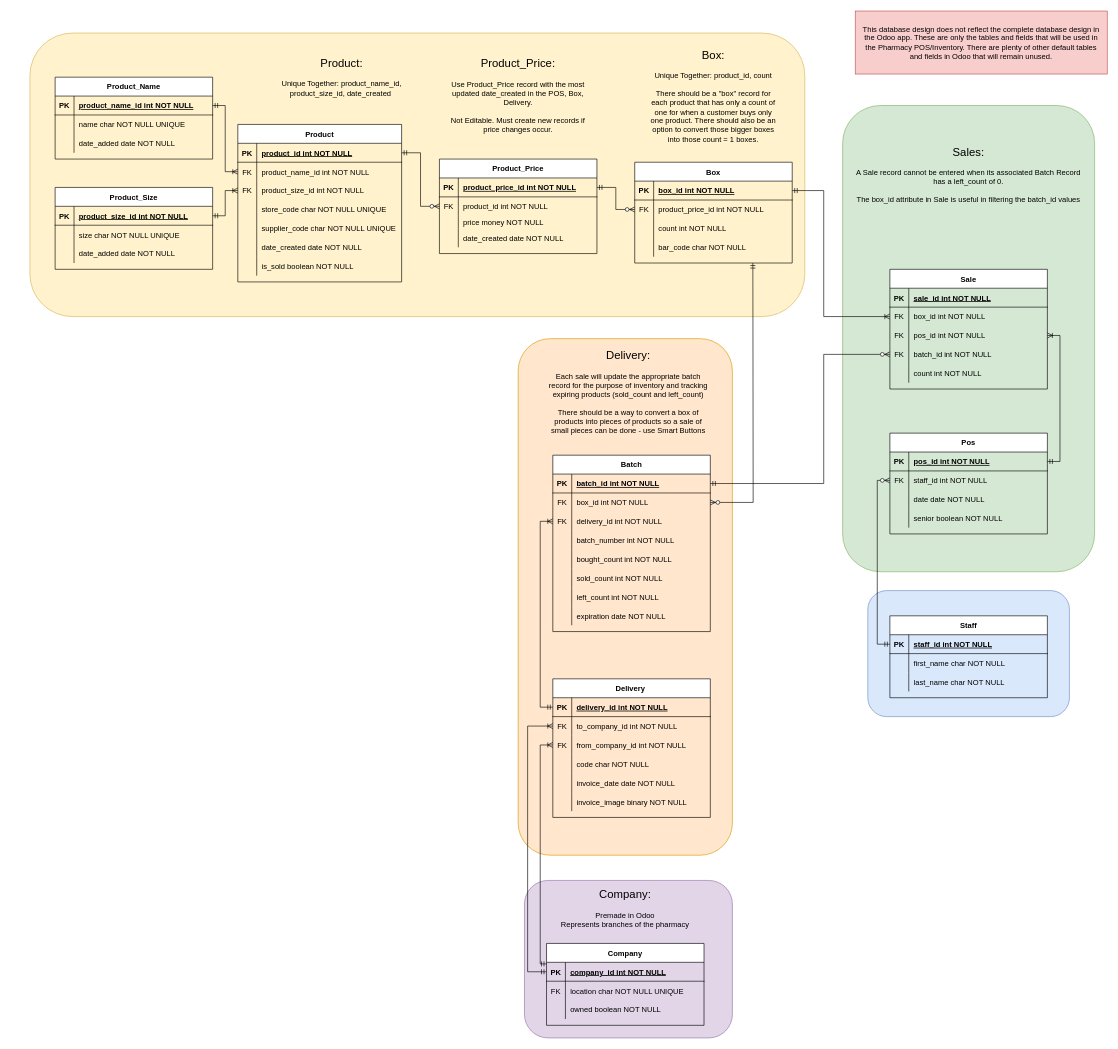
The draw.io diagram db-design.drawio in thisLexic/pharma-pos, before the edit. Source tidied: cells renumbered, new cells numbered last; positions are measured from the earlier drawing's top-left corner, leaving out a move shared by most shapes. Both pictures are drawn from the tidied source at 63%, with x=0, y=0 at pixel (30, 11).
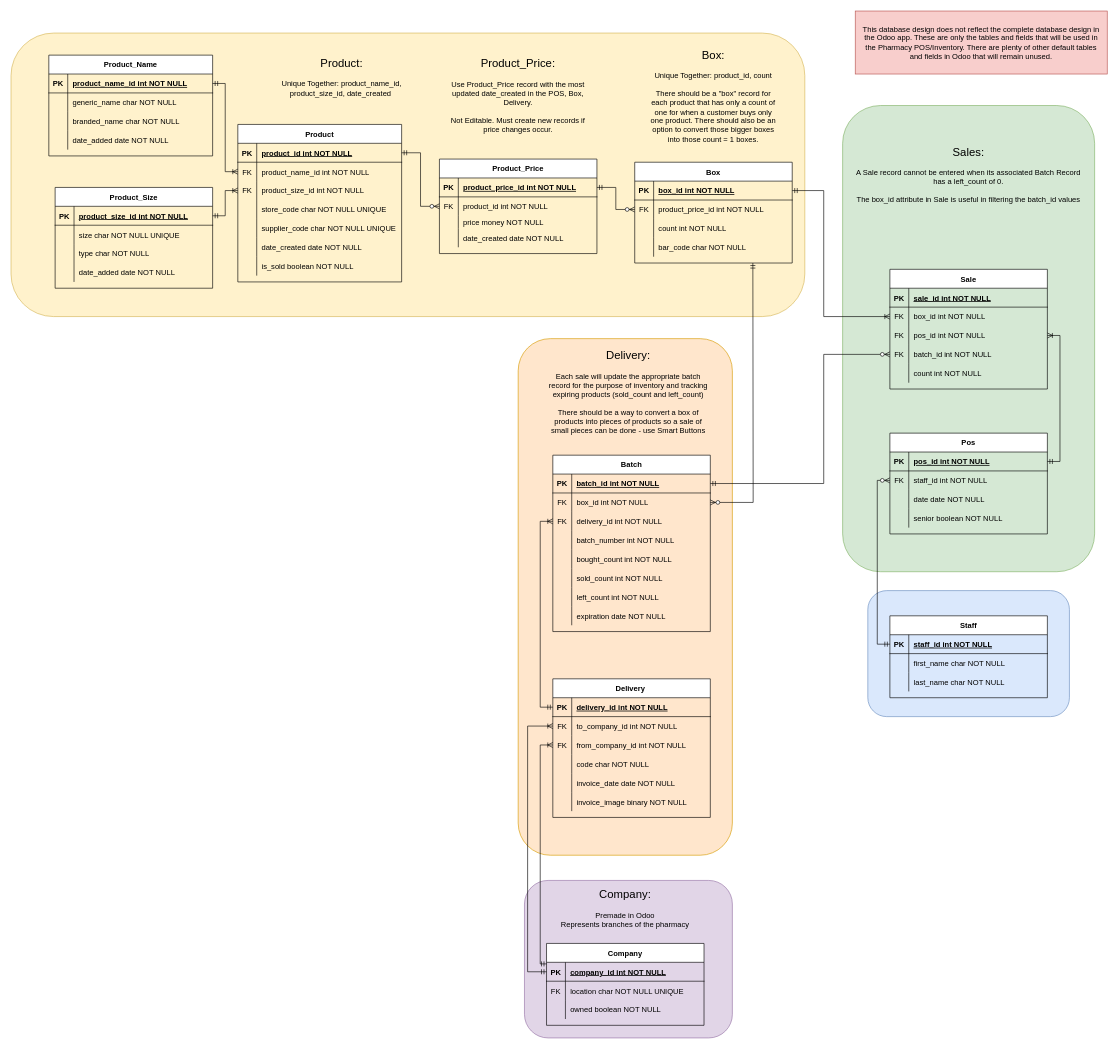
Above is the later version.

Commit message:
added more attributes to the database design in Product_Name and Product_Size

Diff of the diagram source:
```diff
@@
     <mxCell id="7" style="rounded=1;whiteSpace=wrap;html=1;fillColor=#fff2cc;strokeColor=#d6b656;" parent="1" vertex="1">
-      <mxGeometry y="35" width="1230" height="450" as="geometry" />
+      <mxGeometry x="-30" y="35" width="1260" height="450" as="geometry" />
     </mxCell>
@@
     <mxCell id="63" value="Product_Name" style="shape=table;startSize=30;childLayout=tableLayout;rowLines=0;fontStyle=1;align=center;" parent="1" vertex="1">
-      <mxGeometry x="40" y="105" width="250" height="130" as="geometry" />
+      <mxGeometry x="30" y="70" width="260" height="160" as="geometry" />
     </mxCell>
     <mxCell id="64" style="shape=partialRectangle;fillColor=none;points=[[0,0.5],[1,0.5]];portConstraint=eastwest;top=0;left=0;right=0;bottom=1;" parent="63" vertex="1">
-      <mxGeometry y="30" width="250" height="30" as="geometry" />
+      <mxGeometry y="30" width="260" height="30" as="geometry" />
     </mxCell>
@@
     <mxCell id="66" value="product_name_id int NOT NULL" style="shape=partialRectangle;overflow=hidden;fillColor=none;top=0;left=0;bottom=0;right=0;align=left;spacingLeft=6;fontStyle=5;" parent="64" vertex="1">
-      <mxGeometry x="30" width="220" height="30" as="geometry" />
+      <mxGeometry x="30" width="230" height="30" as="geometry" />
     </mxCell>
     <mxCell id="67" style="shape=partialRectangle;fillColor=none;top=0;left=0;right=0;bottom=0;" parent="63" vertex="1">
-      <mxGeometry y="60" width="250" height="30" as="geometry" />
+      <mxGeometry y="60" width="260" height="30" as="geometry" />
     </mxCell>
@@
-    <mxCell id="69" value="name char NOT NULL UNIQUE" style="shape=partialRectangle;overflow=hidden;fillColor=none;top=0;left=0;bottom=0;right=0;align=left;spacingLeft=6;" parent="67" vertex="1">
-      <mxGeometry x="30" width="220" height="30" as="geometry" />
+    <mxCell id="69" value="generic_name char NOT NULL" style="shape=partialRectangle;overflow=hidden;fillColor=none;top=0;left=0;bottom=0;right=0;align=left;spacingLeft=6;" parent="67" vertex="1">
+      <mxGeometry x="30" width="230" height="30" as="geometry" />
     </mxCell>
+    <mxCell id="188" style="shape=partialRectangle;fillColor=none;top=0;left=0;right=0;bottom=0;" parent="63" vertex="1">
+      <mxGeometry y="90" width="260" height="30" as="geometry" />
+    </mxCell>
+    <mxCell id="189" style="shape=partialRectangle;overflow=hidden;fillColor=none;top=0;left=0;bottom=0;right=0;" parent="188" vertex="1">
+      <mxGeometry width="30" height="30" as="geometry" />
+    </mxCell>
+    <mxCell id="190" value="branded_name char NOT NULL" style="shape=partialRectangle;overflow=hidden;fillColor=none;top=0;left=0;bottom=0;right=0;align=left;spacingLeft=6;" parent="188" vertex="1">
+      <mxGeometry x="30" width="230" height="30" as="geometry" />
+    </mxCell>
     <mxCell id="70" style="shape=partialRectangle;fillColor=none;top=0;left=0;right=0;bottom=0;" parent="63" vertex="1">
-      <mxGeometry y="90" width="250" height="30" as="geometry" />
+      <mxGeometry y="120" width="260" height="30" as="geometry" />
     </mxCell>
@@
     <mxCell id="72" value="date_added date NOT NULL" style="shape=partialRectangle;overflow=hidden;fillColor=none;top=0;left=0;bottom=0;right=0;align=left;spacingLeft=6;" parent="70" vertex="1">
-      <mxGeometry x="30" width="220" height="30" as="geometry" />
+      <mxGeometry x="30" width="230" height="30" as="geometry" />
     </mxCell>
@@
     <mxCell id="74" value="Product_Size" style="shape=table;startSize=30;childLayout=tableLayout;rowLines=0;fontStyle=1;align=center;" parent="1" vertex="1">
-      <mxGeometry x="40" y="280" width="250" height="130" as="geometry" />
+      <mxGeometry x="40" y="280" width="250" height="160" as="geometry" />
     </mxCell>
@@
+    <mxCell id="191" style="shape=partialRectangle;fillColor=none;top=0;left=0;right=0;bottom=0;" parent="74" vertex="1">
+      <mxGeometry y="90" width="250" height="30" as="geometry" />
+    </mxCell>
+    <mxCell id="192" style="shape=partialRectangle;overflow=hidden;fillColor=none;top=0;left=0;bottom=0;right=0;" parent="191" vertex="1">
+      <mxGeometry width="30" height="30" as="geometry" />
+    </mxCell>
+    <mxCell id="193" value="type char NOT NULL" style="shape=partialRectangle;overflow=hidden;fillColor=none;top=0;left=0;bottom=0;right=0;align=left;spacingLeft=6;" parent="191" vertex="1">
+      <mxGeometry x="30" width="220" height="30" as="geometry" />
+    </mxCell>
     <mxCell id="81" style="shape=partialRectangle;fillColor=none;top=0;left=0;right=0;bottom=0;" parent="74" vertex="1">
-      <mxGeometry y="90" width="250" height="30" as="geometry" />
+      <mxGeometry y="120" width="250" height="30" as="geometry" />
     </mxCell>
```
